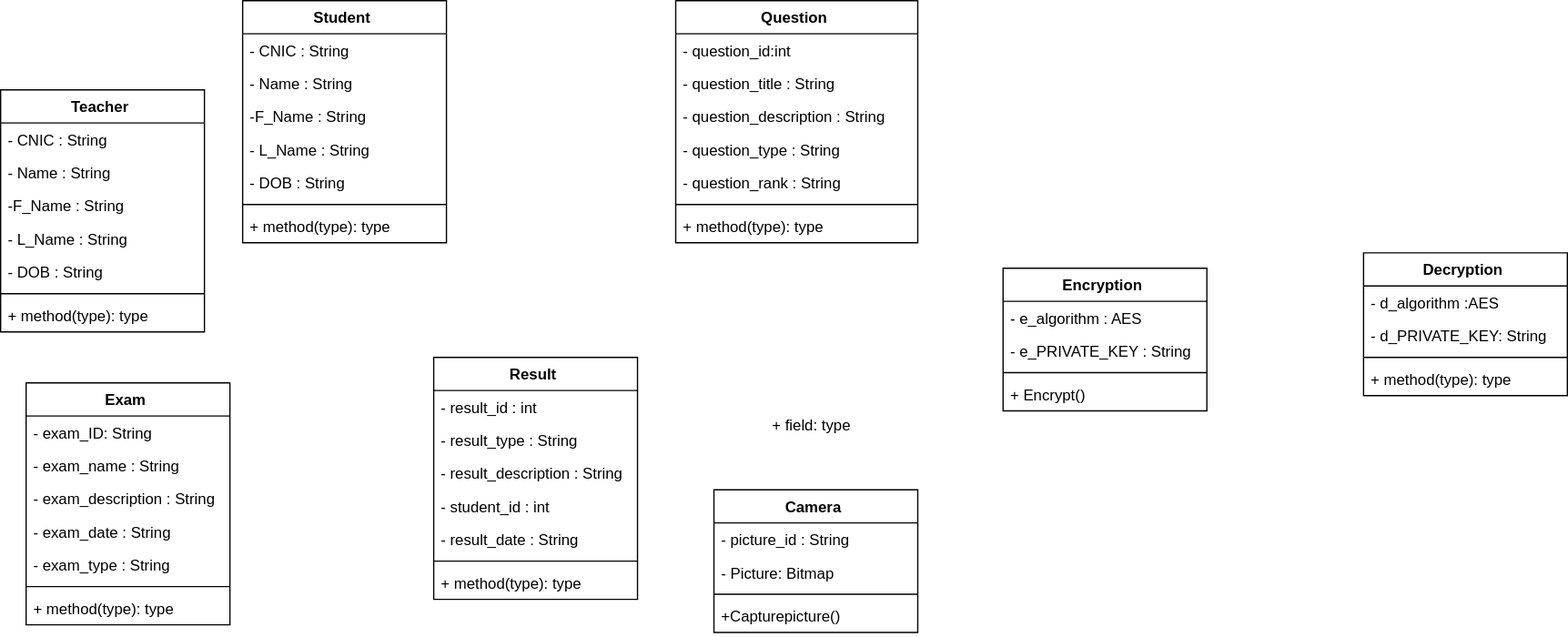
Above: Class Diagram.drawio.svg in Zaeem6100/FYP-Documents (draw.io), before the change. Source tidied: cells renumbered, new cells last; positions are measured from the earlier drawing's top-left corner, leaving out a move shared by most shapes. Its diagram source:
```xml
<mxGraphModel>
  <root>
    <mxCell id="0" />
    <mxCell id="1" parent="0" />
    <mxCell id="2" value="Student " style="swimlane;fontStyle=1;align=center;verticalAlign=top;horizontal=1;startSize=26;" parent="1" vertex="1">
      <mxGeometry x="190" width="160" height="190" as="geometry" />
    </mxCell>
    <mxCell id="3" value="- CNIC : String&#10; " style="text;strokeColor=none;fillColor=none;align=left;verticalAlign=top;spacingLeft=4;spacingRight=4;overflow=hidden;" parent="2" vertex="1">
      <mxGeometry y="26" width="160" height="26" as="geometry" />
    </mxCell>
    <mxCell id="4" value="- Name : String" style="text;strokeColor=none;fillColor=none;align=left;verticalAlign=top;spacingLeft=4;spacingRight=4;overflow=hidden;" parent="2" vertex="1">
      <mxGeometry y="52" width="160" height="26" as="geometry" />
    </mxCell>
    <mxCell id="5" value="-F_Name : String" style="text;strokeColor=none;fillColor=none;align=left;verticalAlign=top;spacingLeft=4;spacingRight=4;overflow=hidden;" parent="2" vertex="1">
      <mxGeometry y="78" width="160" height="26" as="geometry" />
    </mxCell>
    <mxCell id="6" value="- L_Name : String" style="text;strokeColor=none;fillColor=none;align=left;verticalAlign=top;spacingLeft=4;spacingRight=4;overflow=hidden;" parent="2" vertex="1">
      <mxGeometry y="104" width="160" height="26" as="geometry" />
    </mxCell>
    <mxCell id="7" value="- DOB : String " style="text;strokeColor=none;fillColor=none;align=left;verticalAlign=top;spacingLeft=4;spacingRight=4;overflow=hidden;" parent="2" vertex="1">
      <mxGeometry y="130" width="160" height="26" as="geometry" />
    </mxCell>
    <mxCell id="8" style="line;strokeWidth=1;fillColor=none;align=left;verticalAlign=middle;spacingTop=-1;spacingLeft=3;spacingRight=3;labelPosition=right;" parent="2" vertex="1">
      <mxGeometry y="156" width="160" height="8" as="geometry" />
    </mxCell>
    <mxCell id="9" value="+ method(type): type" style="text;strokeColor=none;fillColor=none;align=left;verticalAlign=top;spacingLeft=4;spacingRight=4;overflow=hidden;" parent="2" vertex="1">
      <mxGeometry y="164" width="160" height="26" as="geometry" />
    </mxCell>
    <mxCell id="10" value="+ field: type" style="text;strokeColor=none;fillColor=none;align=left;verticalAlign=top;spacingLeft=4;spacingRight=4;overflow=hidden;" parent="1" vertex="1">
      <mxGeometry x="600" y="320" width="160" height="26" as="geometry" />
    </mxCell>
    <mxCell id="11" value="Teacher " style="swimlane;fontStyle=1;align=center;verticalAlign=top;horizontal=1;startSize=26;" parent="1" vertex="1">
      <mxGeometry y="70" width="160" height="190" as="geometry" />
    </mxCell>
    <mxCell id="12" value="- CNIC : String&#10; " style="text;strokeColor=none;fillColor=none;align=left;verticalAlign=top;spacingLeft=4;spacingRight=4;overflow=hidden;" parent="11" vertex="1">
      <mxGeometry y="26" width="160" height="26" as="geometry" />
    </mxCell>
    <mxCell id="13" value="- Name : String" style="text;strokeColor=none;fillColor=none;align=left;verticalAlign=top;spacingLeft=4;spacingRight=4;overflow=hidden;" parent="11" vertex="1">
      <mxGeometry y="52" width="160" height="26" as="geometry" />
    </mxCell>
    <mxCell id="14" value="-F_Name : String" style="text;strokeColor=none;fillColor=none;align=left;verticalAlign=top;spacingLeft=4;spacingRight=4;overflow=hidden;" parent="11" vertex="1">
      <mxGeometry y="78" width="160" height="26" as="geometry" />
    </mxCell>
    <mxCell id="15" value="- L_Name : String" style="text;strokeColor=none;fillColor=none;align=left;verticalAlign=top;spacingLeft=4;spacingRight=4;overflow=hidden;" parent="11" vertex="1">
      <mxGeometry y="104" width="160" height="26" as="geometry" />
    </mxCell>
    <mxCell id="16" value="- DOB : String " style="text;strokeColor=none;fillColor=none;align=left;verticalAlign=top;spacingLeft=4;spacingRight=4;overflow=hidden;" parent="11" vertex="1">
      <mxGeometry y="130" width="160" height="26" as="geometry" />
    </mxCell>
    <mxCell id="17" style="line;strokeWidth=1;fillColor=none;align=left;verticalAlign=middle;spacingTop=-1;spacingLeft=3;spacingRight=3;labelPosition=right;" parent="11" vertex="1">
      <mxGeometry y="156" width="160" height="8" as="geometry" />
    </mxCell>
    <mxCell id="18" value="+ method(type): type" style="text;strokeColor=none;fillColor=none;align=left;verticalAlign=top;spacingLeft=4;spacingRight=4;overflow=hidden;" parent="11" vertex="1">
      <mxGeometry y="164" width="160" height="26" as="geometry" />
    </mxCell>
    <mxCell id="19" value="Exam " style="swimlane;fontStyle=1;align=center;verticalAlign=top;horizontal=1;startSize=26;" parent="1" vertex="1">
      <mxGeometry x="20" y="300" width="160" height="190" as="geometry" />
    </mxCell>
    <mxCell id="20" value="- exam_ID: String" style="text;strokeColor=none;fillColor=none;align=left;verticalAlign=top;spacingLeft=4;spacingRight=4;overflow=hidden;" parent="19" vertex="1">
      <mxGeometry y="26" width="160" height="26" as="geometry" />
    </mxCell>
    <mxCell id="21" value="- exam_name : String" style="text;strokeColor=none;fillColor=none;align=left;verticalAlign=top;spacingLeft=4;spacingRight=4;overflow=hidden;" parent="19" vertex="1">
      <mxGeometry y="52" width="160" height="26" as="geometry" />
    </mxCell>
    <mxCell id="22" value="- exam_description : String" style="text;strokeColor=none;fillColor=none;align=left;verticalAlign=top;spacingLeft=4;spacingRight=4;overflow=hidden;" parent="19" vertex="1">
      <mxGeometry y="78" width="160" height="26" as="geometry" />
    </mxCell>
    <mxCell id="23" value="- exam_date : String" style="text;strokeColor=none;fillColor=none;align=left;verticalAlign=top;spacingLeft=4;spacingRight=4;overflow=hidden;" parent="19" vertex="1">
      <mxGeometry y="104" width="160" height="26" as="geometry" />
    </mxCell>
    <mxCell id="24" value="- exam_type : String" style="text;strokeColor=none;fillColor=none;align=left;verticalAlign=top;spacingLeft=4;spacingRight=4;overflow=hidden;" parent="19" vertex="1">
      <mxGeometry y="130" width="160" height="26" as="geometry" />
    </mxCell>
    <mxCell id="25" style="line;strokeWidth=1;fillColor=none;align=left;verticalAlign=middle;spacingTop=-1;spacingLeft=3;spacingRight=3;labelPosition=right;" parent="19" vertex="1">
      <mxGeometry y="156" width="160" height="8" as="geometry" />
    </mxCell>
    <mxCell id="26" value="+ method(type): type" style="text;strokeColor=none;fillColor=none;align=left;verticalAlign=top;spacingLeft=4;spacingRight=4;overflow=hidden;" parent="19" vertex="1">
      <mxGeometry y="164" width="160" height="26" as="geometry" />
    </mxCell>
    <mxCell id="27" value="Question " style="swimlane;fontStyle=1;align=center;verticalAlign=top;horizontal=1;startSize=26;" parent="1" vertex="1">
      <mxGeometry x="530" width="190" height="190" as="geometry" />
    </mxCell>
    <mxCell id="28" value="- question_id:int " style="text;strokeColor=none;fillColor=none;align=left;verticalAlign=top;spacingLeft=4;spacingRight=4;overflow=hidden;" parent="27" vertex="1">
      <mxGeometry y="26" width="190" height="26" as="geometry" />
    </mxCell>
    <mxCell id="29" value="- question_title : String" style="text;strokeColor=none;fillColor=none;align=left;verticalAlign=top;spacingLeft=4;spacingRight=4;overflow=hidden;" parent="27" vertex="1">
      <mxGeometry y="52" width="190" height="26" as="geometry" />
    </mxCell>
    <mxCell id="30" value="- question_description : String " style="text;strokeColor=none;fillColor=none;align=left;verticalAlign=top;spacingLeft=4;spacingRight=4;overflow=hidden;" parent="27" vertex="1">
      <mxGeometry y="78" width="190" height="26" as="geometry" />
    </mxCell>
    <mxCell id="31" value="- question_type : String" style="text;strokeColor=none;fillColor=none;align=left;verticalAlign=top;spacingLeft=4;spacingRight=4;overflow=hidden;" parent="27" vertex="1">
      <mxGeometry y="104" width="190" height="26" as="geometry" />
    </mxCell>
    <mxCell id="32" value="- question_rank : String" style="text;strokeColor=none;fillColor=none;align=left;verticalAlign=top;spacingLeft=4;spacingRight=4;overflow=hidden;" parent="27" vertex="1">
      <mxGeometry y="130" width="190" height="26" as="geometry" />
    </mxCell>
    <mxCell id="33" style="line;strokeWidth=1;fillColor=none;align=left;verticalAlign=middle;spacingTop=-1;spacingLeft=3;spacingRight=3;labelPosition=right;" parent="27" vertex="1">
      <mxGeometry y="156" width="190" height="8" as="geometry" />
    </mxCell>
    <mxCell id="34" value="+ method(type): type" style="text;strokeColor=none;fillColor=none;align=left;verticalAlign=top;spacingLeft=4;spacingRight=4;overflow=hidden;" parent="27" vertex="1">
      <mxGeometry y="164" width="190" height="26" as="geometry" />
    </mxCell>
    <mxCell id="35" value="Result " style="swimlane;fontStyle=1;align=center;verticalAlign=top;horizontal=1;startSize=26;" parent="1" vertex="1">
      <mxGeometry x="340" y="280" width="160" height="190" as="geometry" />
    </mxCell>
    <mxCell id="36" value="- result_id : int " style="text;strokeColor=none;fillColor=none;align=left;verticalAlign=top;spacingLeft=4;spacingRight=4;overflow=hidden;" parent="35" vertex="1">
      <mxGeometry y="26" width="160" height="26" as="geometry" />
    </mxCell>
    <mxCell id="37" value="- result_type : String" style="text;strokeColor=none;fillColor=none;align=left;verticalAlign=top;spacingLeft=4;spacingRight=4;overflow=hidden;" parent="35" vertex="1">
      <mxGeometry y="52" width="160" height="26" as="geometry" />
    </mxCell>
    <mxCell id="38" value="- result_description : String" style="text;strokeColor=none;fillColor=none;align=left;verticalAlign=top;spacingLeft=4;spacingRight=4;overflow=hidden;" parent="35" vertex="1">
      <mxGeometry y="78" width="160" height="26" as="geometry" />
    </mxCell>
    <mxCell id="39" value="- student_id : int " style="text;strokeColor=none;fillColor=none;align=left;verticalAlign=top;spacingLeft=4;spacingRight=4;overflow=hidden;" parent="35" vertex="1">
      <mxGeometry y="104" width="160" height="26" as="geometry" />
    </mxCell>
    <mxCell id="40" value="- result_date : String" style="text;strokeColor=none;fillColor=none;align=left;verticalAlign=top;spacingLeft=4;spacingRight=4;overflow=hidden;" parent="35" vertex="1">
      <mxGeometry y="130" width="160" height="26" as="geometry" />
    </mxCell>
    <mxCell id="41" style="line;strokeWidth=1;fillColor=none;align=left;verticalAlign=middle;spacingTop=-1;spacingLeft=3;spacingRight=3;labelPosition=right;" parent="35" vertex="1">
      <mxGeometry y="156" width="160" height="8" as="geometry" />
    </mxCell>
    <mxCell id="42" value="+ method(type): type" style="text;strokeColor=none;fillColor=none;align=left;verticalAlign=top;spacingLeft=4;spacingRight=4;overflow=hidden;" parent="35" vertex="1">
      <mxGeometry y="164" width="160" height="26" as="geometry" />
    </mxCell>
    <mxCell id="43" value="Camera " style="swimlane;fontStyle=1;align=center;verticalAlign=top;horizontal=1;startSize=26;" parent="1" vertex="1">
      <mxGeometry x="560" y="384" width="160" height="112" as="geometry" />
    </mxCell>
    <mxCell id="44" value="- picture_id : String" style="text;strokeColor=none;fillColor=none;align=left;verticalAlign=top;spacingLeft=4;spacingRight=4;overflow=hidden;" parent="43" vertex="1">
      <mxGeometry y="26" width="160" height="26" as="geometry" />
    </mxCell>
    <mxCell id="45" value="- Picture: Bitmap  " style="text;strokeColor=none;fillColor=none;align=left;verticalAlign=top;spacingLeft=4;spacingRight=4;overflow=hidden;" parent="43" vertex="1">
      <mxGeometry y="52" width="160" height="26" as="geometry" />
    </mxCell>
    <mxCell id="46" style="line;strokeWidth=1;fillColor=none;align=left;verticalAlign=middle;spacingTop=-1;spacingLeft=3;spacingRight=3;labelPosition=right;" parent="43" vertex="1">
      <mxGeometry y="78" width="160" height="8" as="geometry" />
    </mxCell>
    <mxCell id="47" value="+Capturepicture()" style="text;strokeColor=none;fillColor=none;align=left;verticalAlign=top;spacingLeft=4;spacingRight=4;overflow=hidden;" parent="43" vertex="1">
      <mxGeometry y="86" width="160" height="26" as="geometry" />
    </mxCell>
    <mxCell id="48" value="Encryption " style="swimlane;fontStyle=1;align=center;verticalAlign=top;horizontal=1;startSize=26;" parent="1" vertex="1">
      <mxGeometry x="787" y="210" width="160" height="112" as="geometry" />
    </mxCell>
    <mxCell id="49" value="- e_algorithm : AES" style="text;strokeColor=none;fillColor=none;align=left;verticalAlign=top;spacingLeft=4;spacingRight=4;overflow=hidden;" parent="48" vertex="1">
      <mxGeometry y="26" width="160" height="26" as="geometry" />
    </mxCell>
    <mxCell id="50" value="- e_PRIVATE_KEY : String" style="text;strokeColor=none;fillColor=none;align=left;verticalAlign=top;spacingLeft=4;spacingRight=4;overflow=hidden;" parent="48" vertex="1">
      <mxGeometry y="52" width="160" height="26" as="geometry" />
    </mxCell>
    <mxCell id="51" style="line;strokeWidth=1;fillColor=none;align=left;verticalAlign=middle;spacingTop=-1;spacingLeft=3;spacingRight=3;labelPosition=right;" parent="48" vertex="1">
      <mxGeometry y="78" width="160" height="8" as="geometry" />
    </mxCell>
    <mxCell id="52" value="+ Encrypt()" style="text;strokeColor=none;fillColor=none;align=left;verticalAlign=top;spacingLeft=4;spacingRight=4;overflow=hidden;" parent="48" vertex="1">
      <mxGeometry y="86" width="160" height="26" as="geometry" />
    </mxCell>
    <mxCell id="53" value="Decryption " style="swimlane;fontStyle=1;align=center;verticalAlign=top;horizontal=1;startSize=26;" parent="1" vertex="1">
      <mxGeometry x="1070" y="198" width="160" height="112" as="geometry" />
    </mxCell>
    <mxCell id="54" value="- d_algorithm :AES " style="text;strokeColor=none;fillColor=none;align=left;verticalAlign=top;spacingLeft=4;spacingRight=4;overflow=hidden;" parent="53" vertex="1">
      <mxGeometry y="26" width="160" height="26" as="geometry" />
    </mxCell>
    <mxCell id="55" value="- d_PRIVATE_KEY: String" style="text;strokeColor=none;fillColor=none;align=left;verticalAlign=top;spacingLeft=4;spacingRight=4;overflow=hidden;" parent="53" vertex="1">
      <mxGeometry y="52" width="160" height="26" as="geometry" />
    </mxCell>
    <mxCell id="56" style="line;strokeWidth=1;fillColor=none;align=left;verticalAlign=middle;spacingTop=-1;spacingLeft=3;spacingRight=3;labelPosition=right;" parent="53" vertex="1">
      <mxGeometry y="78" width="160" height="8" as="geometry" />
    </mxCell>
    <mxCell id="57" value="+ method(type): type" style="text;strokeColor=none;fillColor=none;align=left;verticalAlign=top;spacingLeft=4;spacingRight=4;overflow=hidden;" parent="53" vertex="1">
      <mxGeometry y="86" width="160" height="26" as="geometry" />
    </mxCell>
  </root>
</mxGraphModel>
```
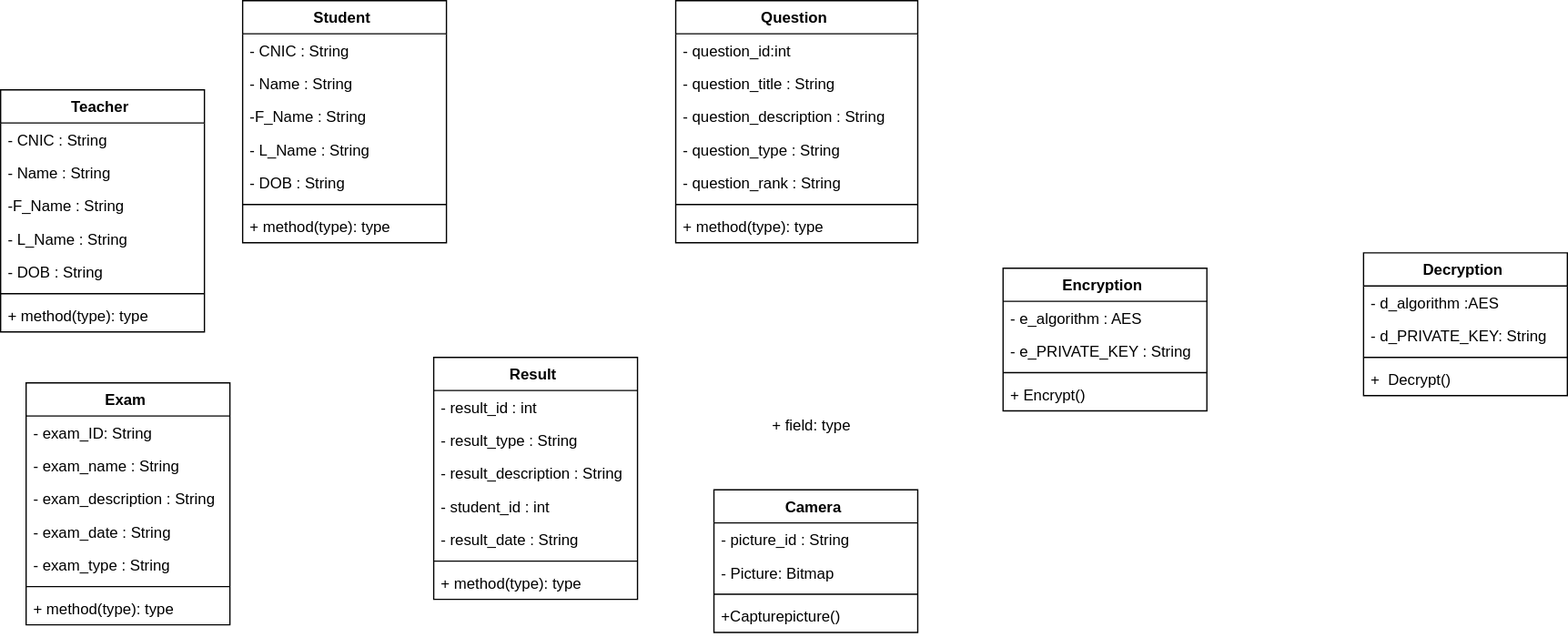
The same diagram one commit later.

The edit, as a diff of the source:
```diff
@@ -167,7 +167,7 @@
     <mxCell id="56" style="line;strokeWidth=1;fillColor=none;align=left;verticalAlign=middle;spacingTop=-1;spacingLeft=3;spacingRight=3;labelPosition=right;" parent="53" vertex="1">
       <mxGeometry y="78" width="160" height="8" as="geometry" />
     </mxCell>
-    <mxCell id="57" value="+ method(type): type" style="text;strokeColor=none;fillColor=none;align=left;verticalAlign=top;spacingLeft=4;spacingRight=4;overflow=hidden;" parent="53" vertex="1">
+    <mxCell id="57" value="+  Decrypt()" style="text;strokeColor=none;fillColor=none;align=left;verticalAlign=top;spacingLeft=4;spacingRight=4;overflow=hidden;" parent="53" vertex="1">
       <mxGeometry y="86" width="160" height="26" as="geometry" />
     </mxCell>
   </root>
```
